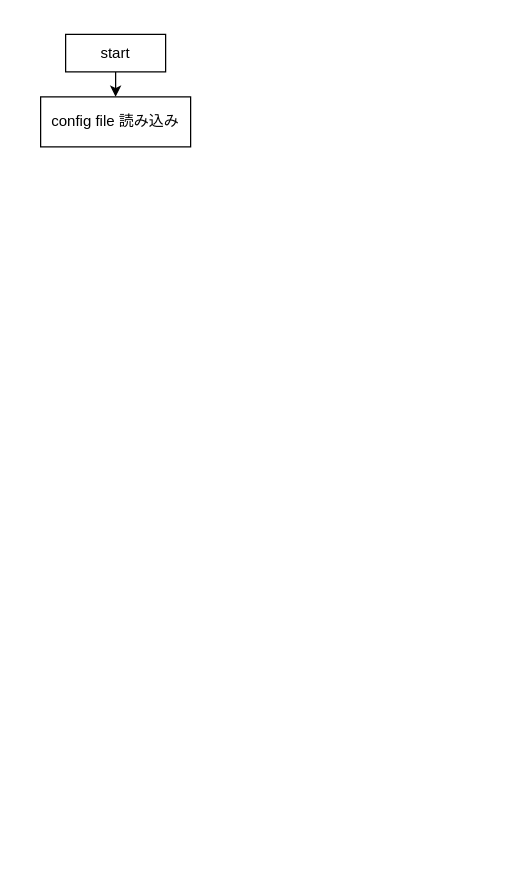
This is webserv.drawio from deco-L/webserv, a draw.io file, before an edit. Source tidied: cells renumbered, new cells numbered last; positions are measured from the earlier drawing's top-left corner, leaving out a move shared by most shapes. Both pictures are drawn from the tidied source at 125%, with x=0, y=0 at pixel (40, 34).
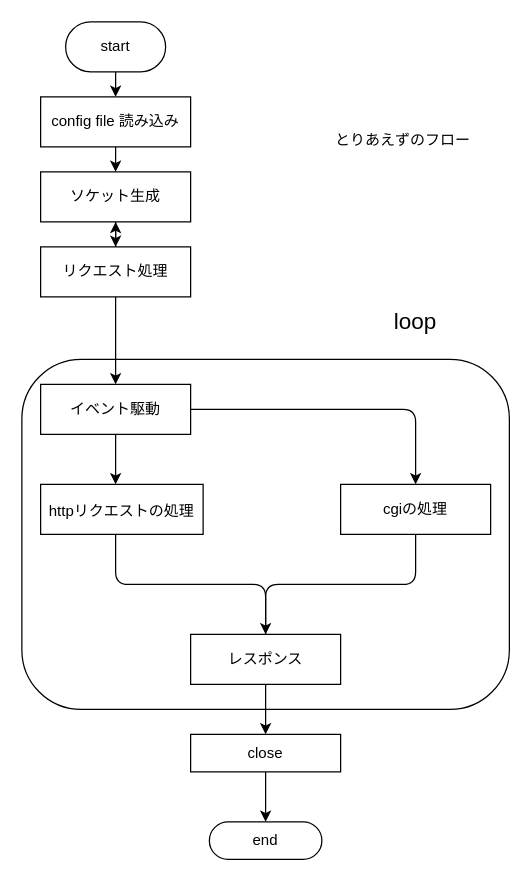
The same diagram, later.

Commit message:
✨ add flow chart

The edit, as a diff of the source:
```diff
@@
+    <mxCell id="5" style="rounded=1;whiteSpace=wrap;html=1;arcSize=17;align=left;" parent="1" vertex="1">
+      <mxGeometry x="-15" y="260" width="390" height="280" as="geometry" />
+    </mxCell>
-    <mxCell id="2" style="edgeStyle=none;html=1;" parent="1" edge="1" source="3" target="4">
-      <mxGeometry relative="1" as="geometry" />
+    <mxCell id="2" style="edgeStyle=none;html=1;" parent="1" edge="1" target="4">
+      <mxGeometry relative="1" as="geometry">
+        <mxPoint x="60" y="30" as="sourcePoint" />
+      </mxGeometry>
     </mxCell>
+    <mxCell id="4" value="config file 読み込み" style="rounded=0;whiteSpace=wrap;html=1;" parent="1" vertex="1">
+      <mxGeometry y="50" width="120" height="40" as="geometry" />
+    </mxCell>
-    <mxCell id="3" value="start" style="rounded=0;whiteSpace=wrap;html=1;" parent="1" vertex="1">
-      <mxGeometry x="20" width="80" height="30" as="geometry" />
+    <mxCell id="3" value="start" style="rounded=1;whiteSpace=wrap;html=1;arcSize=50;" parent="1" vertex="1">
+      <mxGeometry x="20" y="-10" width="80" height="40" as="geometry" />
     </mxCell>
-    <mxCell id="4" value="config file 読み込み" style="rounded=0;whiteSpace=wrap;html=1;" parent="1" vertex="1">
-      <mxGeometry y="50" width="120" height="40" as="geometry" />
-    </mxCell>
+    <mxCell id="6" style="endArrow=classic;html=1;exitX=0.5;exitY=1;exitDx=0;exitDy=0;entryX=0.5;entryY=0;entryDx=0;entryDy=0;" parent="1" edge="1" source="4" target="7">
+      <mxGeometry relative="1" as="geometry" />
+    </mxCell>
+    <mxCell id="7" value="ソケット生成" style="rounded=0;whiteSpace=wrap;html=1;" parent="1" vertex="1">
+      <mxGeometry y="110" width="120" height="40" as="geometry" />
+    </mxCell>
+    <mxCell id="8" style="endArrow=classic;html=1;exitX=0.5;exitY=1;exitDx=0;exitDy=0;" parent="1" edge="1" source="7">
+      <mxGeometry relative="1" as="geometry">
+        <mxPoint x="60" y="170" as="targetPoint" />
+      </mxGeometry>
+    </mxCell>
+    <mxCell id="9" style="edgeStyle=none;html=1;fontSize=18;" parent="1" edge="1" source="10" target="7">
+      <mxGeometry relative="1" as="geometry" />
+    </mxCell>
+    <mxCell id="10" value="リクエスト処理" style="rounded=0;whiteSpace=wrap;html=1;" parent="1" vertex="1">
+      <mxGeometry y="170" width="120" height="40" as="geometry" />
+    </mxCell>
+    <mxCell id="11" value="&lt;font style=&quot;font-size: 18px;&quot;&gt;loop&lt;/font&gt;" style="text;html=1;strokeColor=none;fillColor=none;align=center;verticalAlign=middle;whiteSpace=wrap;rounded=0;" parent="1" vertex="1">
+      <mxGeometry x="265" y="215" width="70" height="30" as="geometry" />
+    </mxCell>
+    <mxCell id="12" style="edgeStyle=none;html=1;" parent="1" edge="1">
+      <mxGeometry relative="1" as="geometry">
+        <mxPoint x="60" y="210" as="sourcePoint" />
+        <mxPoint x="60" y="280" as="targetPoint" />
+      </mxGeometry>
+    </mxCell>
+    <mxCell id="13" value="イベント駆動" style="rounded=0;whiteSpace=wrap;html=1;" parent="1" vertex="1">
+      <mxGeometry y="280" width="120" height="40" as="geometry" />
+    </mxCell>
+    <mxCell id="14" style="endArrow=classic;html=1;fontSize=18;exitX=0.5;exitY=1;exitDx=0;exitDy=0;" parent="1" edge="1" source="13">
+      <mxGeometry relative="1" as="geometry">
+        <mxPoint x="60" y="360" as="targetPoint" />
+      </mxGeometry>
+    </mxCell>
+    <mxCell id="15" value="&lt;font style=&quot;font-size: 12px;&quot;&gt;httpリクエストの処理&lt;/font&gt;" style="rounded=0;whiteSpace=wrap;html=1;fontSize=18;" parent="1" vertex="1">
+      <mxGeometry y="360" width="130" height="40" as="geometry" />
+    </mxCell>
+    <mxCell id="16" style="endArrow=classic;html=1;fontSize=12;exitX=1;exitY=0.5;exitDx=0;exitDy=0;" parent="1" edge="1" source="13" target="17">
+      <mxGeometry relative="1" as="geometry">
+        <Array as="points">
+          <mxPoint x="300" y="300" />
+        </Array>
+      </mxGeometry>
+    </mxCell>
+    <mxCell id="17" value="cgiの処理" style="rounded=0;whiteSpace=wrap;html=1;fontSize=12;" parent="1" vertex="1">
+      <mxGeometry x="240" y="360" width="120" height="40" as="geometry" />
+    </mxCell>
+    <mxCell id="18" style="endArrow=classic;html=1;fontSize=12;" parent="1" edge="1">
+      <mxGeometry relative="1" as="geometry">
+        <mxPoint x="60" y="400" as="sourcePoint" />
+        <mxPoint x="180" y="480" as="targetPoint" />
+        <Array as="points">
+          <mxPoint x="60" y="440" />
+          <mxPoint x="180" y="440" />
+        </Array>
+      </mxGeometry>
+    </mxCell>
+    <mxCell id="19" value="レスポンス" style="rounded=0;whiteSpace=wrap;html=1;fontSize=12;" parent="1" vertex="1">
+      <mxGeometry x="120" y="480" width="120" height="40" as="geometry" />
+    </mxCell>
+    <mxCell id="20" style="endArrow=none;html=1;fontSize=12;entryX=0.5;entryY=1;entryDx=0;entryDy=0;" parent="1" edge="1" target="17">
+      <mxGeometry relative="1" as="geometry">
+        <mxPoint x="180" y="480" as="sourcePoint" />
+        <Array as="points">
+          <mxPoint x="180" y="440" />
+          <mxPoint x="300" y="440" />
+        </Array>
+      </mxGeometry>
+    </mxCell>
+    <mxCell id="21" style="endArrow=classic;html=1;fontSize=12;exitX=0.5;exitY=0.929;exitDx=0;exitDy=0;exitPerimeter=0;" parent="1" edge="1" source="5" target="22">
+      <mxGeometry relative="1" as="geometry" />
+    </mxCell>
+    <mxCell id="22" value="close" style="rounded=0;whiteSpace=wrap;html=1;fontSize=12;" parent="1" vertex="1">
+      <mxGeometry x="120" y="560" width="120" height="30" as="geometry" />
+    </mxCell>
+    <mxCell id="23" style="endArrow=classic;html=1;fontSize=12;exitX=0.5;exitY=1;exitDx=0;exitDy=0;" parent="1" edge="1" source="22" target="24">
+      <mxGeometry relative="1" as="geometry" />
+    </mxCell>
+    <mxCell id="24" value="end" style="rounded=1;whiteSpace=wrap;html=1;fontSize=12;arcSize=50;" parent="1" vertex="1">
+      <mxGeometry x="135" y="630" width="90" height="30" as="geometry" />
+    </mxCell>
+    <mxCell id="25" value="とりあえずのフロー" style="text;html=1;strokeColor=none;fillColor=none;align=center;verticalAlign=middle;whiteSpace=wrap;rounded=0;fontSize=12;" parent="1" vertex="1">
+      <mxGeometry x="230" y="70" width="120" height="30" as="geometry" />
+    </mxCell>
```
